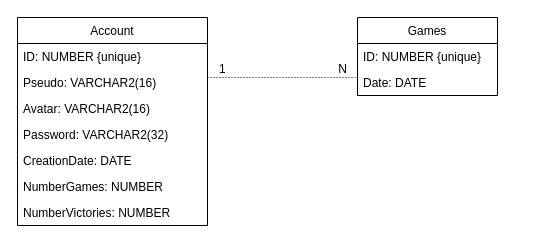
The draw.io diagram Docs/UML/BDD/Diagramme BDD.drawio in Kibahor/TunHell, before the edit. Source tidied: cells renumbered, new cells numbered last; positions are measured from the earlier drawing's top-left corner, leaving out a move shared by most shapes. Both pictures are drawn from the tidied source at 100%, with x=0, y=0 at pixel (17, 17).
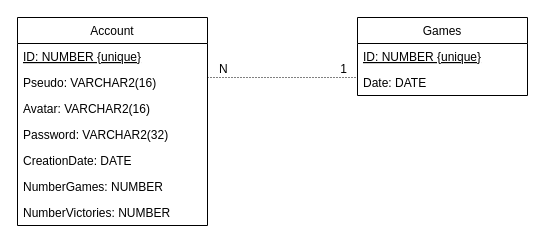
Above is the later version.

Commit message (it also covers changes not shown here):
Correction des erreurs dans le diagramme de la BDD

Change to the diagram source:
```diff
@@
 <mxGraphModel>
   <root>
     <mxCell id="0" />
     <mxCell id="1" parent="0" />
     <mxCell id="2" value="Account" style="swimlane;fontStyle=0;horizontal=1;startSize=26;fillColor=none;" parent="1" vertex="1">
       <mxGeometry width="190" height="208" as="geometry" />
     </mxCell>
-    <mxCell id="3" value="ID: NUMBER {unique}" style="text;strokeColor=none;fillColor=none;align=left;verticalAlign=top;spacingLeft=4;spacingRight=4;overflow=hidden;" parent="2" vertex="1">
+    <mxCell id="3" value="ID: NUMBER {unique}" style="text;strokeColor=none;fillColor=none;align=left;verticalAlign=top;spacingLeft=4;spacingRight=4;overflow=hidden;fontStyle=4;" parent="2" vertex="1">
       <mxGeometry y="26" width="190" height="26" as="geometry" />
     </mxCell>
     <mxCell id="4" value="Pseudo: VARCHAR2(16)" style="text;strokeColor=none;fillColor=none;align=left;verticalAlign=top;spacingLeft=4;spacingRight=4;overflow=hidden;" parent="2" vertex="1">
       <mxGeometry y="52" width="190" height="26" as="geometry" />
     </mxCell>
     <mxCell id="5" value="Avatar: VARCHAR2(16)" style="text;strokeColor=none;fillColor=none;align=left;verticalAlign=top;spacingLeft=4;spacingRight=4;overflow=hidden;" parent="2" vertex="1">
       <mxGeometry y="78" width="190" height="26" as="geometry" />
     </mxCell>
     <mxCell id="6" value="Password: VARCHAR2(32)" style="text;strokeColor=none;fillColor=none;align=left;verticalAlign=top;spacingLeft=4;spacingRight=4;overflow=hidden;" parent="2" vertex="1">
       <mxGeometry y="104" width="190" height="26" as="geometry" />
     </mxCell>
     <mxCell id="7" value="CreationDate: DATE" style="text;strokeColor=none;fillColor=none;align=left;verticalAlign=top;spacingLeft=4;spacingRight=4;overflow=hidden;" parent="2" vertex="1">
       <mxGeometry y="130" width="190" height="26" as="geometry" />
     </mxCell>
     <mxCell id="8" value="NumberGames: NUMBER" style="text;strokeColor=none;fillColor=none;align=left;verticalAlign=top;spacingLeft=4;spacingRight=4;overflow=hidden;" parent="2" vertex="1">
       <mxGeometry y="156" width="190" height="26" as="geometry" />
     </mxCell>
     <mxCell id="9" value="NumberVictories: NUMBER" style="text;strokeColor=none;fillColor=none;align=left;verticalAlign=top;spacingLeft=4;spacingRight=4;overflow=hidden;" parent="2" vertex="1">
       <mxGeometry y="182" width="190" height="26" as="geometry" />
     </mxCell>
     <mxCell id="10" value="Games" style="swimlane;fontStyle=0;horizontal=1;startSize=26;fillColor=none;" parent="1" vertex="1">
-      <mxGeometry x="340" width="140" height="78" as="geometry" />
+      <mxGeometry x="340" width="170" height="78" as="geometry" />
     </mxCell>
-    <mxCell id="11" value="ID: NUMBER {unique}" style="text;strokeColor=none;fillColor=none;align=left;verticalAlign=top;spacingLeft=4;spacingRight=4;overflow=hidden;" parent="10" vertex="1">
-      <mxGeometry y="26" width="140" height="26" as="geometry" />
+    <mxCell id="11" value="ID: NUMBER {unique}" style="text;strokeColor=none;fillColor=none;align=left;verticalAlign=top;spacingLeft=4;spacingRight=4;overflow=hidden;fontStyle=4;" parent="10" vertex="1">
+      <mxGeometry y="26" width="170" height="26" as="geometry" />
     </mxCell>
     <mxCell id="12" value="Date: DATE" style="text;strokeColor=none;fillColor=none;align=left;verticalAlign=top;spacingLeft=4;spacingRight=4;overflow=hidden;" parent="10" vertex="1">
-      <mxGeometry y="52" width="140" height="26" as="geometry" />
+      <mxGeometry y="52" width="170" height="26" as="geometry" />
     </mxCell>
     <mxCell id="13" style="endArrow=none;html=1;rounded=0;dashed=1;dashPattern=1 2;" parent="1" edge="1">
       <mxGeometry relative="1" as="geometry">
         <mxPoint x="190" y="60" as="sourcePoint" />
         <mxPoint x="340" y="60" as="targetPoint" />
       </mxGeometry>
     </mxCell>
-    <mxCell id="14" value="1" style="html=1;align=left;verticalAlign=bottom;" parent="13" vertex="1">
+    <mxCell id="14" value="N" style="html=1;align=left;verticalAlign=bottom;" parent="13" vertex="1">
       <mxGeometry x="-1" relative="1" as="geometry">
         <mxPoint x="10" as="offset" />
       </mxGeometry>
     </mxCell>
-    <mxCell id="15" value="N" style="html=1;align=right;verticalAlign=bottom;" parent="13" vertex="1">
+    <mxCell id="15" value="1" style="html=1;align=right;verticalAlign=bottom;" parent="13" vertex="1">
       <mxGeometry x="1" relative="1" as="geometry">
         <mxPoint x="-10" as="offset" />
       </mxGeometry>
     </mxCell>
   </root>
 </mxGraphModel>
```
